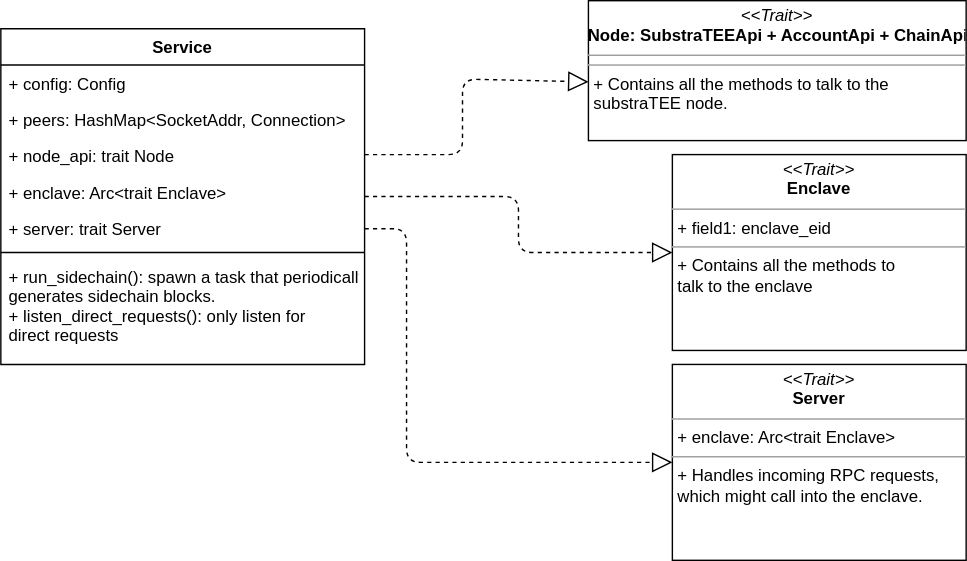
Earlier version of the draw.io export worker/design.svg (clangenb/substraTEE-worker). Source tidied: cells renumbered, new cells last; positions are measured from the earlier drawing's top-left corner, leaving out a move shared by most shapes.
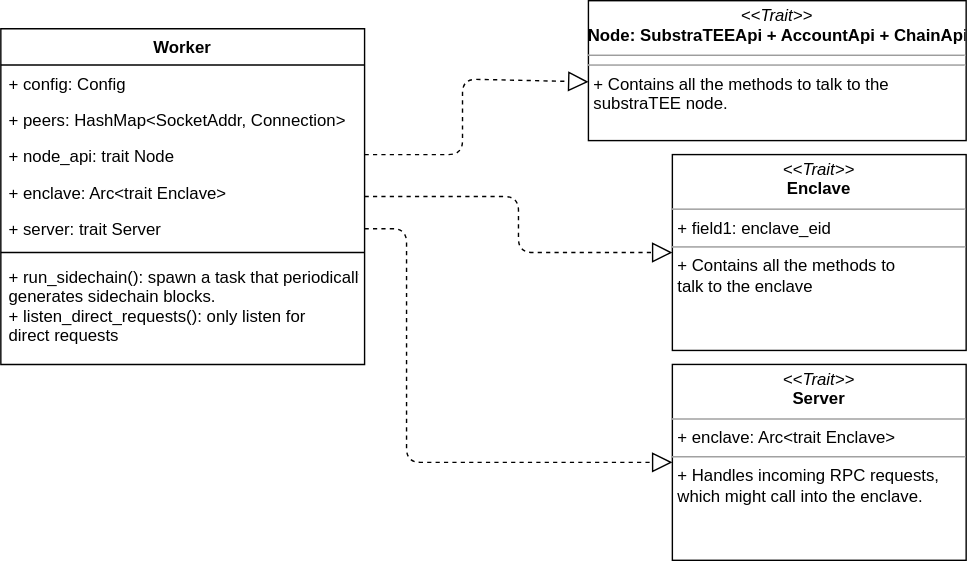
The same diagram one commit later.

Diff of the diagram source:
```diff
@@ -2,7 +2,7 @@
   <root>
     <mxCell id="0" />
     <mxCell id="1" parent="0" />
-    <mxCell id="2" value="Service" style="swimlane;fontStyle=1;align=center;verticalAlign=top;horizontal=1;startSize=26;" parent="1" vertex="1">
+    <mxCell id="2" value="Worker" style="swimlane;fontStyle=1;align=center;verticalAlign=top;horizontal=1;startSize=26;" parent="1" vertex="1">
       <mxGeometry y="20" width="260" height="240" as="geometry" />
     </mxCell>
     <mxCell id="3" value="+ config: Config" style="text;strokeColor=none;fillColor=none;align=left;verticalAlign=top;spacingLeft=4;spacingRight=4;overflow=hidden;" parent="2" vertex="1">
```
